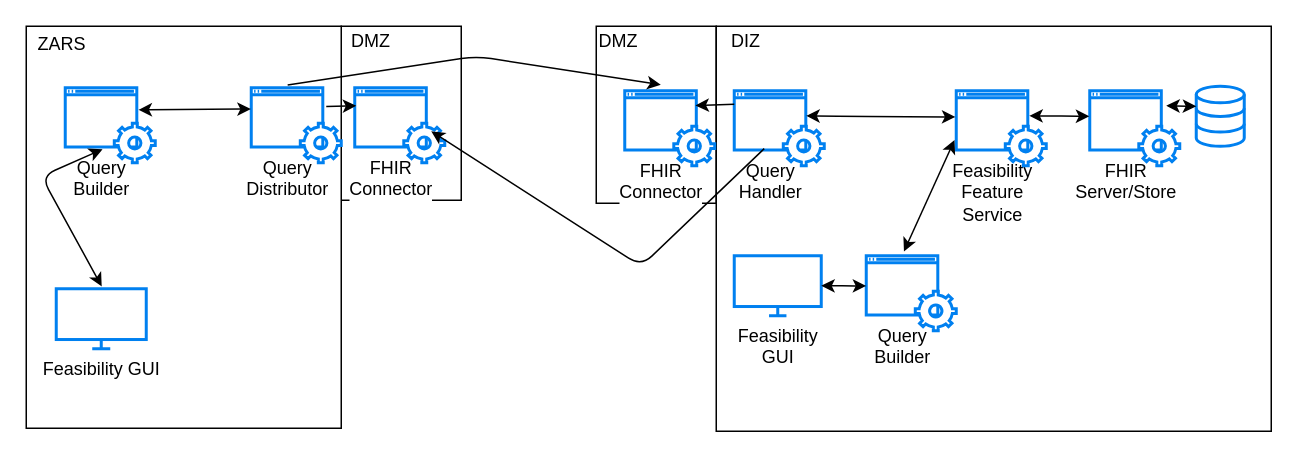
The draw.io diagram Untitled Diagram.drawio in juliangruendner/codex, before the edit. Source tidied: cells renumbered, new cells numbered last; positions are measured from the earlier drawing's top-left corner, leaving out a move shared by most shapes. Both pictures are drawn from the tidied source at 150%, with x=0, y=0 at pixel (26, 26).
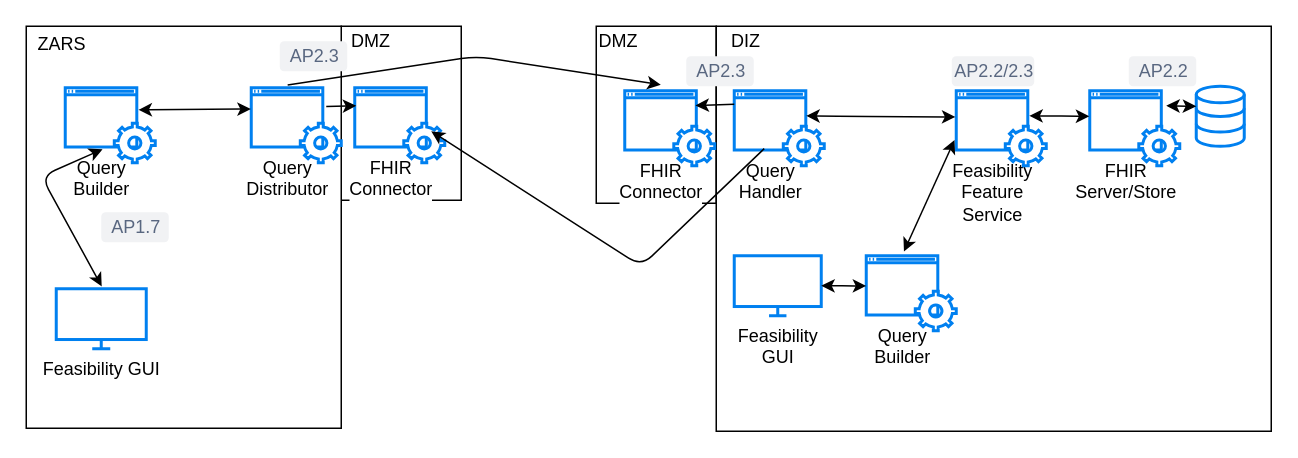
After the change.

Commit message:
add work package (ap) labels

Diff of the diagram source:
```diff
@@
+    <mxCell id="48" value="AP2.3" style="rounded=1;align=center;fillColor=#F1F2F4;strokeColor=none;html=1;fontColor=#596780;fontSize=12;" parent="1" vertex="1">
+      <mxGeometry x="440" y="20" width="45" height="20" as="geometry" />
+    </mxCell>
+    <mxCell id="49" value="AP2.2/2.3" style="rounded=1;align=center;fillColor=#F1F2F4;strokeColor=none;html=1;fontColor=#596780;fontSize=12;" parent="1" vertex="1">
+      <mxGeometry x="617" y="20" width="55" height="20" as="geometry" />
+    </mxCell>
+    <mxCell id="50" value="AP2.2" style="rounded=1;align=center;fillColor=#F1F2F4;strokeColor=none;html=1;fontColor=#596780;fontSize=12;" parent="1" vertex="1">
+      <mxGeometry x="735" y="20" width="45" height="20" as="geometry" />
+    </mxCell>
+    <mxCell id="51" value="AP2.3" style="rounded=1;align=center;fillColor=#F1F2F4;strokeColor=none;html=1;fontColor=#596780;fontSize=12;" parent="1" vertex="1">
+      <mxGeometry x="169" y="10" width="45" height="20" as="geometry" />
+    </mxCell>
+    <mxCell id="52" value="AP1.7" style="rounded=1;align=center;fillColor=#F1F2F4;strokeColor=none;html=1;fontColor=#596780;fontSize=12;" parent="1" vertex="1">
+      <mxGeometry x="50" y="124" width="45" height="20" as="geometry" />
+    </mxCell>
```
